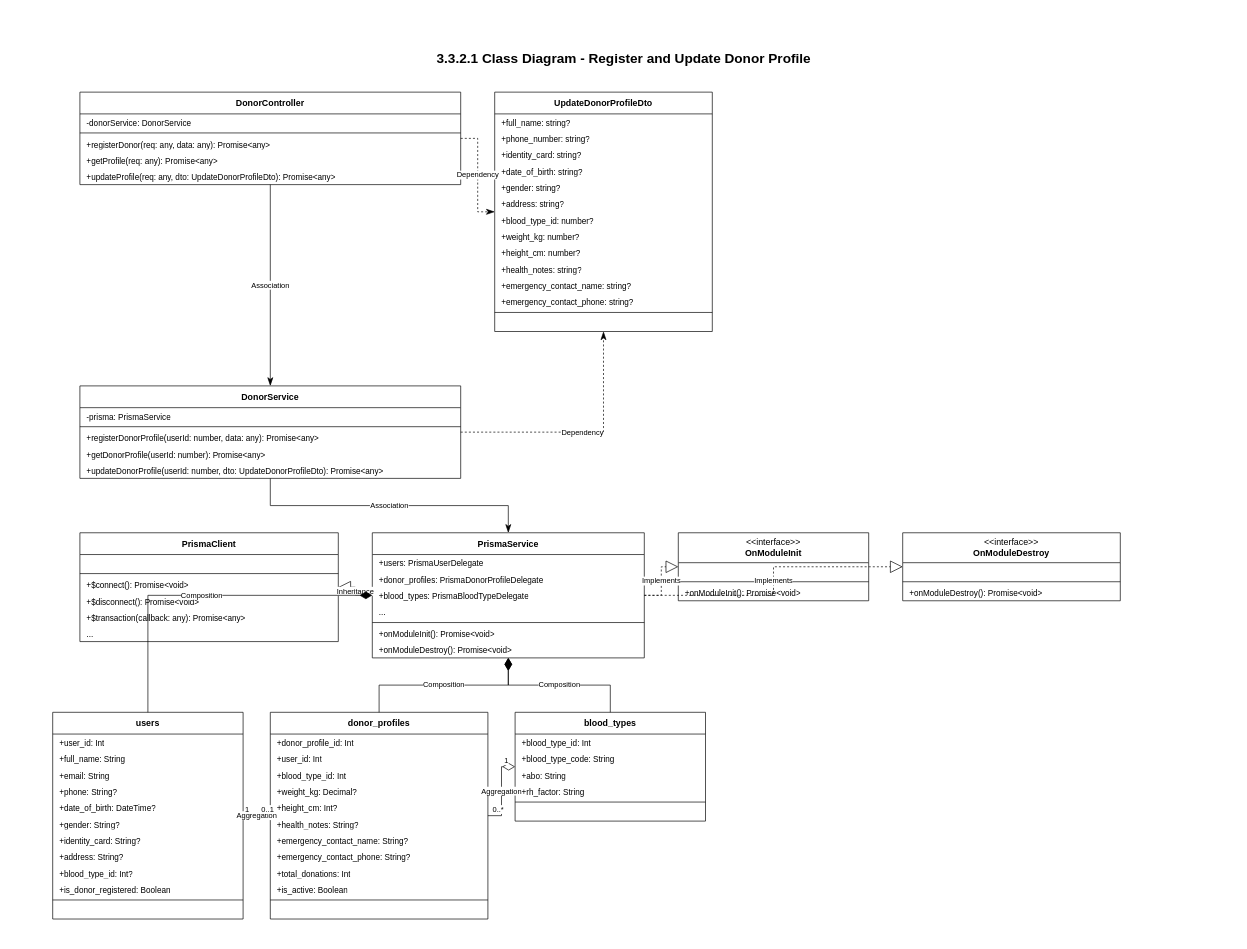
The draw.io diagram page "Register & Update Donor Profile" (2 of 7) of donor_all_class_diagrams.drawio in CuongBC195/class-diagram-donation-blood, before the edit. Source tidied: cells renumbered, new cells numbered last; positions are measured from the earlier drawing's top-left corner, leaving out a move shared by most shapes. Both pictures are drawn from the tidied source at 68%, with x=0, y=0 at pixel (12, 44).
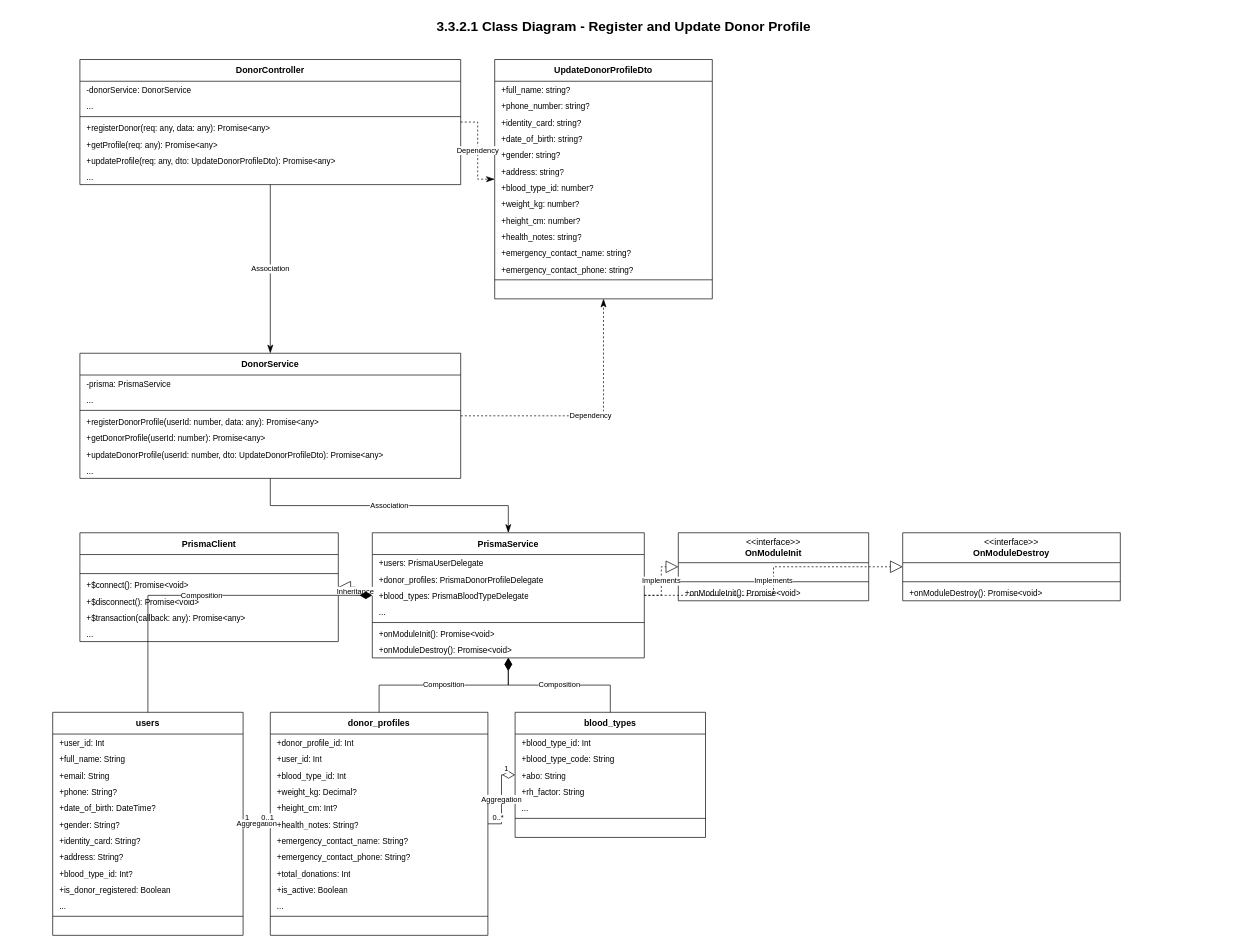
The same diagram, later.

What changed in the source:
```diff
@@
     <mxCell id="2" value="3.3.2.1 Class Diagram - Register and Update Donor Profile" style="text;html=1;strokeColor=none;fillColor=none;align=center;verticalAlign=middle;whiteSpace=wrap;rounded=0;fontFamily=Arial;fontSize=20;fontStyle=1;fontColor=#000000;" parent="1" vertex="1">
-      <mxGeometry width="1800" height="40" as="geometry" />
+      <mxGeometry y="-48" width="1800" height="40" as="geometry" />
     </mxCell>
     <mxCell id="3" value="&lt;b&gt;DonorController&lt;/b&gt;" style="swimlane;fontStyle=0;horizontal=1;startSize=32;whiteSpace=wrap;html=1;fillColor=#ffffff;strokeColor=#000000;swimlaneFillColor=#ffffff;fontColor=#000000;fontFamily=Arial;fontSize=13;" parent="1" vertex="1">
-      <mxGeometry x="100" y="70" width="560" height="136" as="geometry" />
+      <mxGeometry x="100" y="22" width="560" height="184" as="geometry" />
     </mxCell>
@@
+    <mxCell id="102" value="..." style="text;strokeColor=none;fillColor=none;align=left;verticalAlign=top;spacingLeft=8;spacingRight=8;overflow=hidden;whiteSpace=wrap;html=1;fontFamily=Arial;fontSize=12;fontColor=#000000;" parent="3" vertex="1">
+      <mxGeometry y="56" width="560" height="24" as="geometry" />
+    </mxCell>
     <mxCell id="5" style="line;strokeWidth=1;fillColor=none;strokeColor=#000000;align=left;verticalAlign=middle;" parent="3" vertex="1">
-      <mxGeometry y="56" width="560" height="8" as="geometry" />
+      <mxGeometry y="80" width="560" height="8" as="geometry" />
     </mxCell>
     <mxCell id="6" value="+registerDonor(req: any, data: any): Promise&amp;lt;any&amp;gt;" style="text;strokeColor=none;fillColor=none;align=left;verticalAlign=top;spacingLeft=8;spacingRight=8;overflow=hidden;whiteSpace=wrap;html=1;fontFamily=Arial;fontSize=12;fontColor=#000000;" parent="3" vertex="1">
-      <mxGeometry y="64" width="560" height="24" as="geometry" />
+      <mxGeometry y="88" width="560" height="24" as="geometry" />
     </mxCell>
     <mxCell id="7" value="+getProfile(req: any): Promise&amp;lt;any&amp;gt;" style="text;strokeColor=none;fillColor=none;align=left;verticalAlign=top;spacingLeft=8;spacingRight=8;overflow=hidden;whiteSpace=wrap;html=1;fontFamily=Arial;fontSize=12;fontColor=#000000;" parent="3" vertex="1">
-      <mxGeometry y="88" width="560" height="24" as="geometry" />
+      <mxGeometry y="112" width="560" height="24" as="geometry" />
     </mxCell>
     <mxCell id="8" value="+updateProfile(req: any, dto: UpdateDonorProfileDto): Promise&amp;lt;any&amp;gt;" style="text;strokeColor=none;fillColor=none;align=left;verticalAlign=top;spacingLeft=8;spacingRight=8;overflow=hidden;whiteSpace=wrap;html=1;fontFamily=Arial;fontSize=12;fontColor=#000000;" parent="3" vertex="1">
-      <mxGeometry y="112" width="560" height="24" as="geometry" />
+      <mxGeometry y="136" width="560" height="24" as="geometry" />
     </mxCell>
+    <mxCell id="103" value="..." style="text;strokeColor=none;fillColor=none;align=left;verticalAlign=top;spacingLeft=8;spacingRight=8;overflow=hidden;whiteSpace=wrap;html=1;fontFamily=Arial;fontSize=12;fontColor=#000000;" parent="3" vertex="1">
+      <mxGeometry y="160" width="560" height="24" as="geometry" />
+    </mxCell>
     <mxCell id="9" value="&lt;b&gt;UpdateDonorProfileDto&lt;/b&gt;" style="swimlane;fontStyle=0;horizontal=1;startSize=32;whiteSpace=wrap;html=1;fillColor=#ffffff;strokeColor=#000000;swimlaneFillColor=#ffffff;fontColor=#000000;fontFamily=Arial;fontSize=13;" parent="1" vertex="1">
-      <mxGeometry x="710" y="70" width="320" height="352" as="geometry" />
+      <mxGeometry x="710" y="22" width="320" height="352" as="geometry" />
     </mxCell>
@@
     <mxCell id="24" value="&lt;b&gt;DonorService&lt;/b&gt;" style="swimlane;fontStyle=0;horizontal=1;startSize=32;whiteSpace=wrap;html=1;fillColor=#ffffff;strokeColor=#000000;swimlaneFillColor=#ffffff;fontColor=#000000;fontFamily=Arial;fontSize=13;" parent="1" vertex="1">
-      <mxGeometry x="100" y="502" width="560" height="136" as="geometry" />
+      <mxGeometry x="100" y="454" width="560" height="184" as="geometry" />
     </mxCell>
@@
+    <mxCell id="104" value="..." style="text;strokeColor=none;fillColor=none;align=left;verticalAlign=top;spacingLeft=8;spacingRight=8;overflow=hidden;whiteSpace=wrap;html=1;fontFamily=Arial;fontSize=12;fontColor=#000000;" parent="24" vertex="1">
+      <mxGeometry y="56" width="560" height="24" as="geometry" />
+    </mxCell>
     <mxCell id="26" style="line;strokeWidth=1;fillColor=none;strokeColor=#000000;align=left;verticalAlign=middle;" parent="24" vertex="1">
-      <mxGeometry y="56" width="560" height="8" as="geometry" />
+      <mxGeometry y="80" width="560" height="8" as="geometry" />
     </mxCell>
     <mxCell id="27" value="+registerDonorProfile(userId: number, data: any): Promise&amp;lt;any&amp;gt;" style="text;strokeColor=none;fillColor=none;align=left;verticalAlign=top;spacingLeft=8;spacingRight=8;overflow=hidden;whiteSpace=wrap;html=1;fontFamily=Arial;fontSize=12;fontColor=#000000;" parent="24" vertex="1">
-      <mxGeometry y="64" width="560" height="24" as="geometry" />
+      <mxGeometry y="88" width="560" height="24" as="geometry" />
     </mxCell>
     <mxCell id="28" value="+getDonorProfile(userId: number): Promise&amp;lt;any&amp;gt;" style="text;strokeColor=none;fillColor=none;align=left;verticalAlign=top;spacingLeft=8;spacingRight=8;overflow=hidden;whiteSpace=wrap;html=1;fontFamily=Arial;fontSize=12;fontColor=#000000;" parent="24" vertex="1">
-      <mxGeometry y="88" width="560" height="24" as="geometry" />
+      <mxGeometry y="112" width="560" height="24" as="geometry" />
     </mxCell>
     <mxCell id="29" value="+updateDonorProfile(userId: number, dto: UpdateDonorProfileDto): Promise&amp;lt;any&amp;gt;" style="text;strokeColor=none;fillColor=none;align=left;verticalAlign=top;spacingLeft=8;spacingRight=8;overflow=hidden;whiteSpace=wrap;html=1;fontFamily=Arial;fontSize=12;fontColor=#000000;" parent="24" vertex="1">
-      <mxGeometry y="112" width="560" height="24" as="geometry" />
+      <mxGeometry y="136" width="560" height="24" as="geometry" />
     </mxCell>
+    <mxCell id="105" value="..." style="text;strokeColor=none;fillColor=none;align=left;verticalAlign=top;spacingLeft=8;spacingRight=8;overflow=hidden;whiteSpace=wrap;html=1;fontFamily=Arial;fontSize=12;fontColor=#000000;" parent="24" vertex="1">
+      <mxGeometry y="160" width="560" height="24" as="geometry" />
+    </mxCell>
@@
     <mxCell id="53" value="&lt;b&gt;users&lt;/b&gt;" style="swimlane;fontStyle=0;horizontal=1;startSize=32;whiteSpace=wrap;html=1;fillColor=#ffffff;strokeColor=#000000;swimlaneFillColor=#ffffff;fontColor=#000000;fontFamily=Arial;fontSize=13;" parent="1" vertex="1">
-      <mxGeometry x="60" y="982" width="280" height="304" as="geometry" />
+      <mxGeometry x="60" y="982" width="280" height="328" as="geometry" />
     </mxCell>
@@
+    <mxCell id="106" value="..." style="text;strokeColor=none;fillColor=none;align=left;verticalAlign=top;spacingLeft=8;spacingRight=8;overflow=hidden;whiteSpace=wrap;html=1;fontFamily=Arial;fontSize=12;fontColor=#000000;" parent="53" vertex="1">
+      <mxGeometry y="272" width="280" height="24" as="geometry" />
+    </mxCell>
     <mxCell id="64" style="line;strokeWidth=1;fillColor=none;strokeColor=#000000;align=left;verticalAlign=middle;" parent="53" vertex="1">
-      <mxGeometry y="272" width="280" height="8" as="geometry" />
+      <mxGeometry y="296" width="280" height="8" as="geometry" />
     </mxCell>
     <mxCell id="65" value=" " style="text;strokeColor=none;fillColor=none;align=left;verticalAlign=top;spacingLeft=8;spacingRight=8;overflow=hidden;whiteSpace=wrap;html=1;fontFamily=Arial;fontSize=12;fontColor=#000000;" parent="53" vertex="1">
-      <mxGeometry y="280" width="280" height="24" as="geometry" />
+      <mxGeometry y="304" width="280" height="24" as="geometry" />
     </mxCell>
     <mxCell id="66" value="&lt;b&gt;donor_profiles&lt;/b&gt;" style="swimlane;fontStyle=0;horizontal=1;startSize=32;whiteSpace=wrap;html=1;fillColor=#ffffff;strokeColor=#000000;swimlaneFillColor=#ffffff;fontColor=#000000;fontFamily=Arial;fontSize=13;" parent="1" vertex="1">
-      <mxGeometry x="380" y="982" width="320" height="304" as="geometry" />
+      <mxGeometry x="380" y="982" width="320" height="328" as="geometry" />
     </mxCell>
@@
+    <mxCell id="107" value="..." style="text;strokeColor=none;fillColor=none;align=left;verticalAlign=top;spacingLeft=8;spacingRight=8;overflow=hidden;whiteSpace=wrap;html=1;fontFamily=Arial;fontSize=12;fontColor=#000000;" parent="66" vertex="1">
+      <mxGeometry y="272" width="320" height="24" as="geometry" />
+    </mxCell>
     <mxCell id="77" style="line;strokeWidth=1;fillColor=none;strokeColor=#000000;align=left;verticalAlign=middle;" parent="66" vertex="1">
-      <mxGeometry y="272" width="320" height="8" as="geometry" />
+      <mxGeometry y="296" width="320" height="8" as="geometry" />
     </mxCell>
     <mxCell id="78" value=" " style="text;strokeColor=none;fillColor=none;align=left;verticalAlign=top;spacingLeft=8;spacingRight=8;overflow=hidden;whiteSpace=wrap;html=1;fontFamily=Arial;fontSize=12;fontColor=#000000;" parent="66" vertex="1">
-      <mxGeometry y="280" width="320" height="24" as="geometry" />
+      <mxGeometry y="304" width="320" height="24" as="geometry" />
     </mxCell>
     <mxCell id="79" value="&lt;b&gt;blood_types&lt;/b&gt;" style="swimlane;fontStyle=0;horizontal=1;startSize=32;whiteSpace=wrap;html=1;fillColor=#ffffff;strokeColor=#000000;swimlaneFillColor=#ffffff;fontColor=#000000;fontFamily=Arial;fontSize=13;" parent="1" vertex="1">
-      <mxGeometry x="740" y="982" width="280" height="160" as="geometry" />
+      <mxGeometry x="740" y="982" width="280" height="184" as="geometry" />
     </mxCell>
@@
+    <mxCell id="108" value="..." style="text;strokeColor=none;fillColor=none;align=left;verticalAlign=top;spacingLeft=8;spacingRight=8;overflow=hidden;whiteSpace=wrap;html=1;fontFamily=Arial;fontSize=12;fontColor=#000000;" parent="79" vertex="1">
+      <mxGeometry y="128" width="280" height="24" as="geometry" />
+    </mxCell>
     <mxCell id="84" style="line;strokeWidth=1;fillColor=none;strokeColor=#000000;align=left;verticalAlign=middle;" parent="79" vertex="1">
-      <mxGeometry y="128" width="280" height="8" as="geometry" />
+      <mxGeometry y="152" width="280" height="8" as="geometry" />
     </mxCell>
     <mxCell id="85" value=" " style="text;strokeColor=none;fillColor=none;align=left;verticalAlign=top;spacingLeft=8;spacingRight=8;overflow=hidden;whiteSpace=wrap;html=1;fontFamily=Arial;fontSize=12;fontColor=#000000;" parent="79" vertex="1">
-      <mxGeometry y="136" width="280" height="24" as="geometry" />
+      <mxGeometry y="160" width="280" height="24" as="geometry" />
     </mxCell>
```
